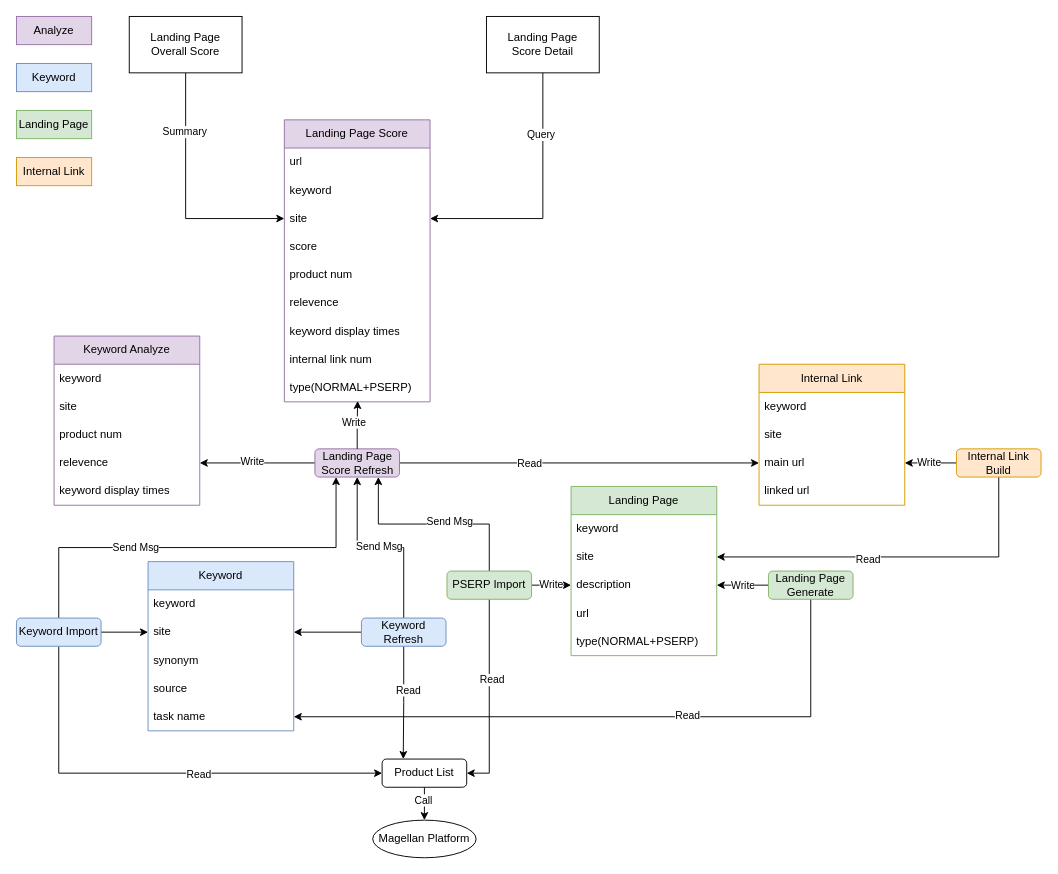
Before: drawio/page_score.drawio in VisableHarry/seo-drawio, a draw.io diagram. Source tidied: cells renumbered, new cells numbered last; positions are measured from the earlier drawing's top-left corner, leaving out a move shared by most shapes. Both pictures are drawn from the tidied source at 94%, with x=0, y=0 at pixel (16, 16).
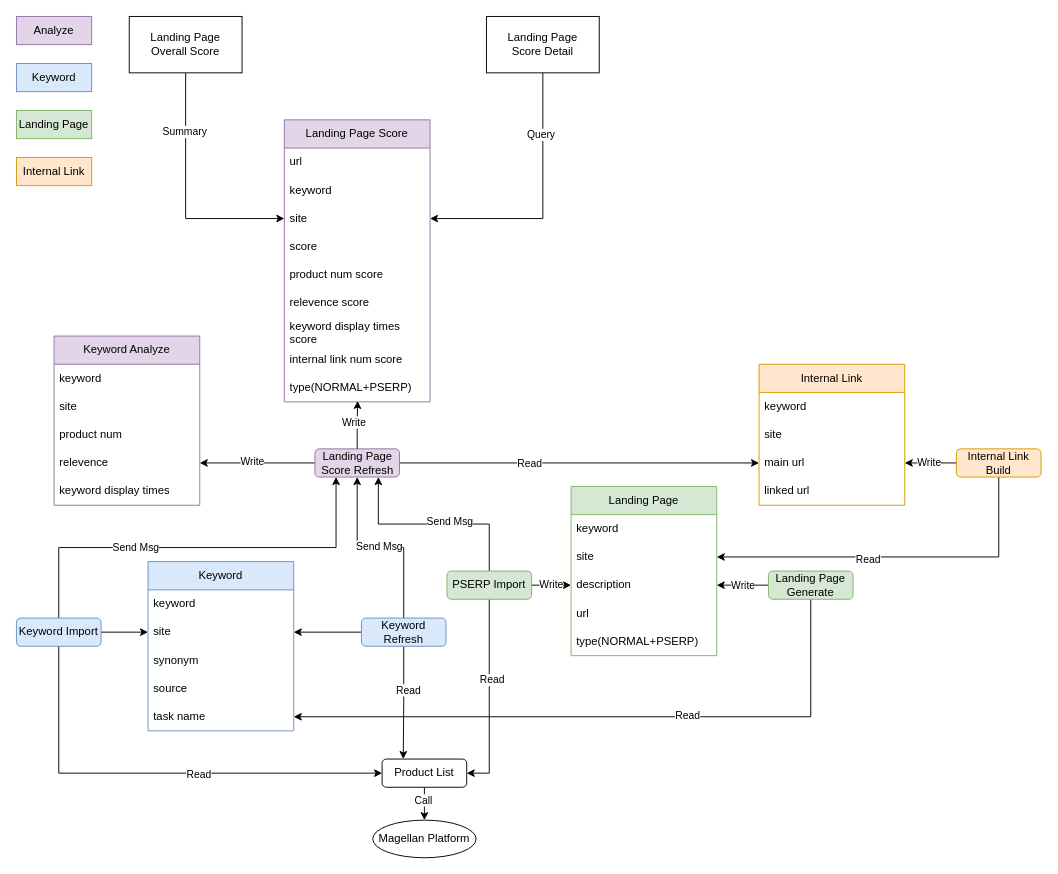
The same diagram, later.

Unchanged cells that the change refers to:
```xml
<mxCell id="18" value="Landing Page Score" style="swimlane;fontStyle=0;horizontal=1;startSize=30;whiteSpace=wrap;html=1;fillColor=#e1d5e7;strokeColor=#9673a6;" parent="1" vertex="1">
  <mxGeometry x="285" y="110" width="155" height="300" as="geometry" />
</mxCell>
```

What changed in the source:
```diff
@@
-    <mxCell id="23" value="product num" style="text;strokeColor=none;fillColor=none;align=left;verticalAlign=middle;spacingLeft=4;spacingRight=4;overflow=hidden;whiteSpace=wrap;html=1;" parent="18" vertex="1">
+    <mxCell id="23" value="product num score" style="text;strokeColor=none;fillColor=none;align=left;verticalAlign=middle;spacingLeft=4;spacingRight=4;overflow=hidden;whiteSpace=wrap;html=1;" parent="18" vertex="1">
       <mxGeometry y="150" width="155" height="30" as="geometry" />
     </mxCell>
-    <mxCell id="24" value="relevence" style="text;strokeColor=none;fillColor=none;align=left;verticalAlign=middle;spacingLeft=4;spacingRight=4;overflow=hidden;whiteSpace=wrap;html=1;" parent="18" vertex="1">
+    <mxCell id="24" value="relevence score" style="text;strokeColor=none;fillColor=none;align=left;verticalAlign=middle;spacingLeft=4;spacingRight=4;overflow=hidden;whiteSpace=wrap;html=1;" parent="18" vertex="1">
       <mxGeometry y="180" width="155" height="30" as="geometry" />
     </mxCell>
-    <mxCell id="25" value="keyword display times" style="text;strokeColor=none;fillColor=none;align=left;verticalAlign=middle;spacingLeft=4;spacingRight=4;overflow=hidden;whiteSpace=wrap;html=1;" parent="18" vertex="1">
+    <mxCell id="25" value="keyword display times score" style="text;strokeColor=none;fillColor=none;align=left;verticalAlign=middle;spacingLeft=4;spacingRight=4;overflow=hidden;whiteSpace=wrap;html=1;" parent="18" vertex="1">
       <mxGeometry y="210" width="155" height="30" as="geometry" />
     </mxCell>
-    <mxCell id="26" value="internal link num" style="text;strokeColor=none;fillColor=none;align=left;verticalAlign=middle;spacingLeft=4;spacingRight=4;overflow=hidden;whiteSpace=wrap;html=1;" parent="18" vertex="1">
+    <mxCell id="26" value="internal link num score" style="text;strokeColor=none;fillColor=none;align=left;verticalAlign=middle;spacingLeft=4;spacingRight=4;overflow=hidden;whiteSpace=wrap;html=1;" parent="18" vertex="1">
       <mxGeometry y="240" width="155" height="30" as="geometry" />
     </mxCell>
```
